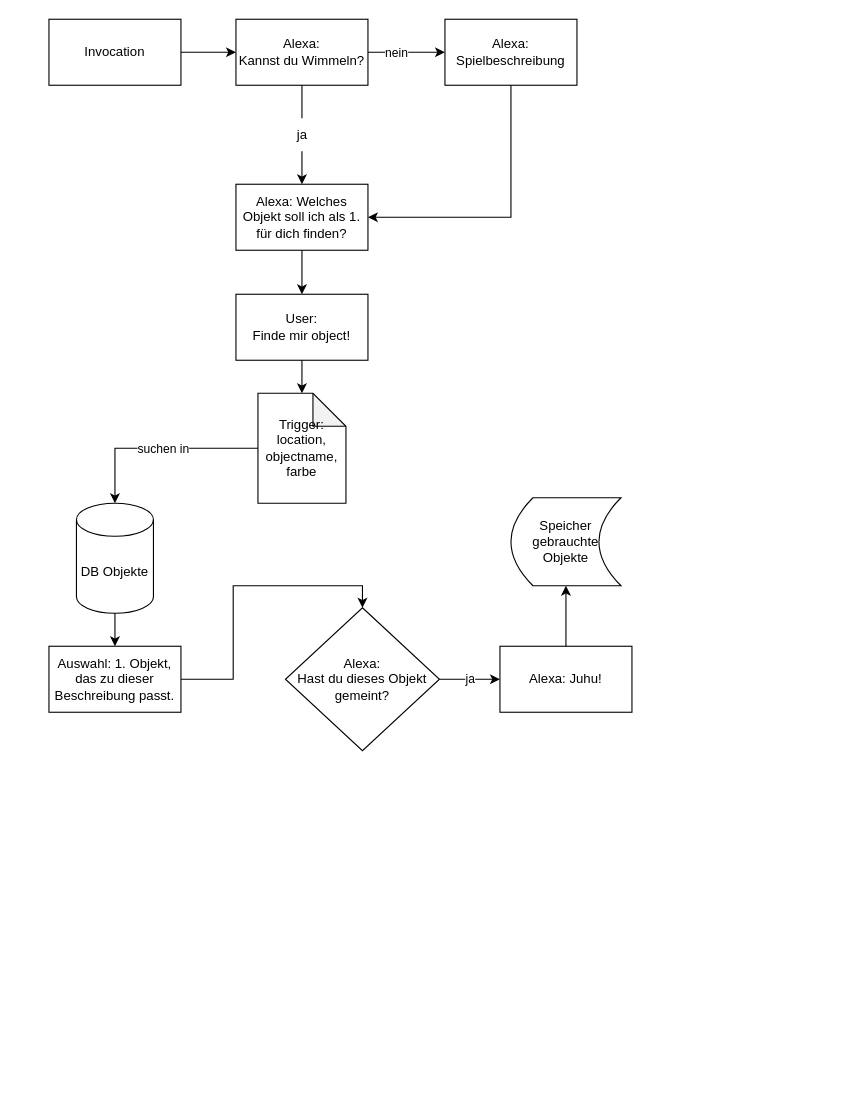
Above: Untitled Diagram.drawio in SilviaSchmidt/wimmeldimmel (draw.io), before the change. Source tidied: cells renumbered, new cells numbered last; positions are measured from the earlier drawing's top-left corner, leaving out a move shared by most shapes. Both pictures are drawn from the tidied source at 110%, with x=0, y=0 at pixel (48, 19).
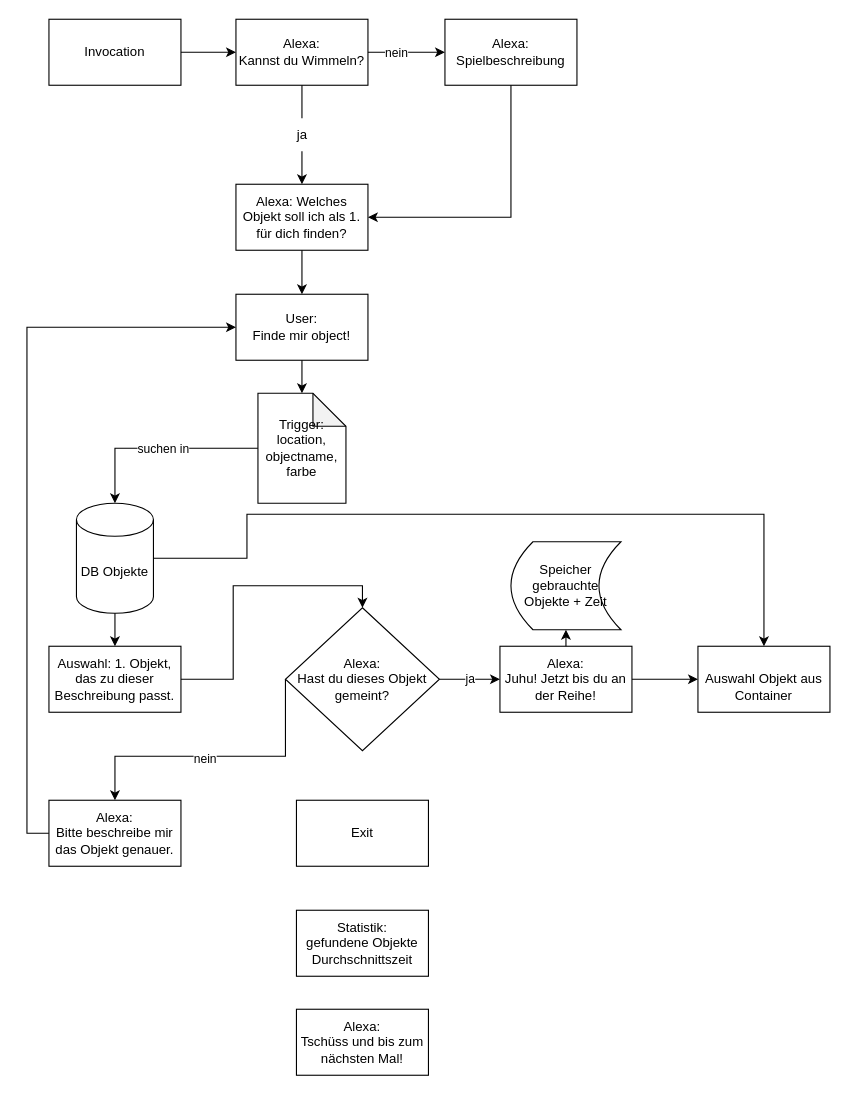
The same page after the edit.

Commit message:
Flussdiagramm_hidde

The change refers to these unchanged cells:
```xml
<mxCell id="13" value="&lt;div&gt;User:&lt;/div&gt;&lt;div&gt;Finde mir object!&lt;br&gt;&lt;/div&gt;" style="rounded=0;whiteSpace=wrap;html=1;" parent="1" vertex="1">
  <mxGeometry x="170" y="250" width="120" height="60" as="geometry" />
</mxCell>
<mxCell id="14" value="DB Objekte" style="shape=cylinder3;whiteSpace=wrap;html=1;boundedLbl=1;backgroundOutline=1;size=15;" parent="1" vertex="1">
  <mxGeometry x="25" y="440" width="70" height="100" as="geometry" />
</mxCell>
<mxCell id="23" value="&lt;div&gt;Alexa: &lt;br&gt;&lt;/div&gt;&lt;div&gt;Hast du dieses Objekt gemeint?&lt;/div&gt;" style="rhombus;whiteSpace=wrap;html=1;rounded=0;" parent="1" vertex="1">
  <mxGeometry x="215" y="535" width="140" height="130" as="geometry" />
</mxCell>
```

Diff of the diagram source:
```diff
@@
+    <mxCell id="28" style="edgeStyle=orthogonalEdgeStyle;rounded=0;jettySize=auto;html=1;" parent="1" edge="1" source="25" target="36">
+      <mxGeometry relative="1" as="geometry" />
+    </mxCell>
-    <mxCell id="25" value="Alexa: Juhu!" style="rounded=0;whiteSpace=wrap;html=1;" parent="1" vertex="1">
+    <mxCell id="25" value="&lt;div&gt;Alexa: &lt;br&gt;&lt;/div&gt;&lt;div&gt;Juhu! Jetzt bis du an der Reihe!&lt;/div&gt;" style="rounded=0;whiteSpace=wrap;html=1;" parent="1" vertex="1">
       <mxGeometry x="410" y="570" width="120" height="60" as="geometry" />
     </mxCell>
-    <mxCell id="26" value="Speicher gebrauchte Objekte" style="shape=dataStorage;whiteSpace=wrap;html=1;fixedSize=1;" parent="1" vertex="1">
-      <mxGeometry x="420" y="435" width="100" height="80" as="geometry" />
+    <mxCell id="26" value="Speicher gebrauchte Objekte + Zeit" style="shape=dataStorage;whiteSpace=wrap;html=1;fixedSize=1;" parent="1" vertex="1">
+      <mxGeometry x="420" y="475" width="100" height="80" as="geometry" />
     </mxCell>
@@
+    <mxCell id="29" value="Exit" style="rounded=0;whiteSpace=wrap;html=1;" parent="1" vertex="1">
+      <mxGeometry x="225" y="710" width="120" height="60" as="geometry" />
+    </mxCell>
+    <mxCell id="30" value="&lt;div&gt;Statistik:&lt;/div&gt;&lt;div&gt;gefundene Objekte&lt;/div&gt;&lt;div&gt;Durchschnittszeit&lt;br&gt;&lt;/div&gt;" style="rounded=0;whiteSpace=wrap;html=1;" parent="1" vertex="1">
+      <mxGeometry x="225" y="810" width="120" height="60" as="geometry" />
+    </mxCell>
+    <mxCell id="31" value="&lt;div&gt;Alexa: &lt;br&gt;&lt;/div&gt;&lt;div&gt;Tschüss und bis zum nächsten Mal!&lt;/div&gt;" style="rounded=0;whiteSpace=wrap;html=1;" parent="1" vertex="1">
+      <mxGeometry x="225" y="900" width="120" height="60" as="geometry" />
+    </mxCell>
+    <mxCell id="32" style="endArrow=classic;html=1;rounded=0;exitX=0;exitY=0.5;exitDx=0;exitDy=0;entryX=0.5;entryY=0;entryDx=0;entryDy=0;" parent="1" edge="1" source="23" target="35">
+      <mxGeometry relative="1" as="geometry">
+        <Array as="points">
+          <mxPoint x="215" y="670" />
+          <mxPoint x="60" y="670" />
+        </Array>
+      </mxGeometry>
+    </mxCell>
+    <mxCell id="33" value="nein" style="edgeLabel;html=1;align=center;verticalAlign=middle;" parent="32" vertex="1">
+      <mxGeometry x="0.09" y="2" relative="1" as="geometry" />
+    </mxCell>
+    <mxCell id="34" style="edgeStyle=orthogonalEdgeStyle;rounded=0;jettySize=auto;html=1;exitX=0;exitY=0.5;exitDx=0;exitDy=0;entryX=0;entryY=0.5;entryDx=0;entryDy=0;" parent="1" edge="1" source="35" target="13">
+      <mxGeometry relative="1" as="geometry" />
+    </mxCell>
+    <mxCell id="35" value="&lt;div&gt;Alexa:&lt;/div&gt;&lt;div&gt;Bitte beschreibe mir das Objekt genauer.&lt;/div&gt;" style="rounded=0;whiteSpace=wrap;html=1;" parent="1" vertex="1">
+      <mxGeometry y="710" width="120" height="60" as="geometry" />
+    </mxCell>
+    <mxCell id="36" value="&lt;div&gt;&lt;br&gt;&lt;/div&gt;&lt;div&gt;Auswahl Objekt aus Container&lt;br&gt;&lt;/div&gt;" style="whiteSpace=wrap;html=1;rounded=0;" parent="1" vertex="1">
+      <mxGeometry x="590" y="570" width="120" height="60" as="geometry" />
+    </mxCell>
+    <mxCell id="37" style="endArrow=classic;html=1;rounded=0;exitX=1;exitY=0.5;exitDx=0;exitDy=0;exitPerimeter=0;entryX=0.5;entryY=0;entryDx=0;entryDy=0;" parent="1" edge="1" source="14" target="36">
+      <mxGeometry relative="1" as="geometry">
+        <Array as="points">
+          <mxPoint x="180" y="490" />
+          <mxPoint x="180" y="450" />
+          <mxPoint x="650" y="450" />
+          <mxPoint x="650" y="500" />
+        </Array>
+      </mxGeometry>
+    </mxCell>
```
